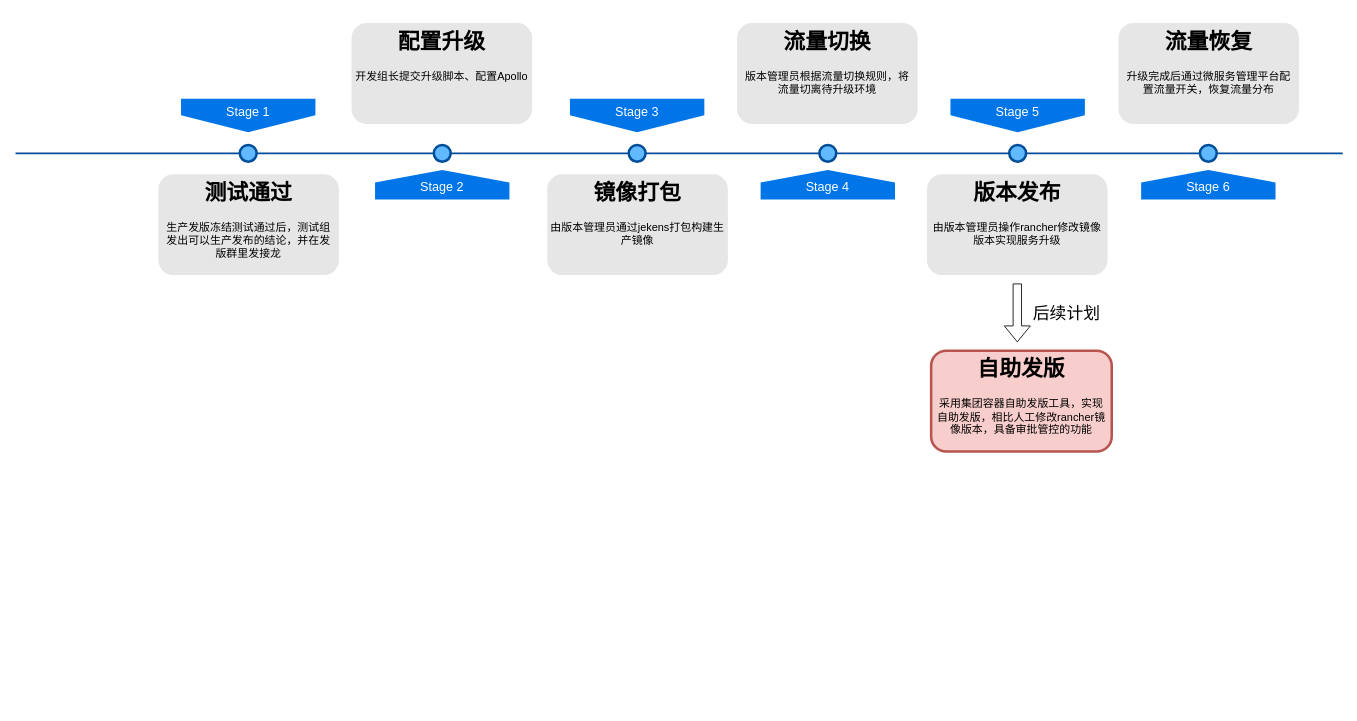
Earlier version of the draw.io diagram page "Page-1" (1 of 2) of 未命名绘图.drawio (java-zengguang/images). Source tidied: cells renumbered, new cells numbered last; positions are measured from the earlier drawing's top-left corner, leaving out a move shared by most shapes. Both pictures are drawn from the tidied source at 84%, with x=0, y=0 at pixel (15, 23).
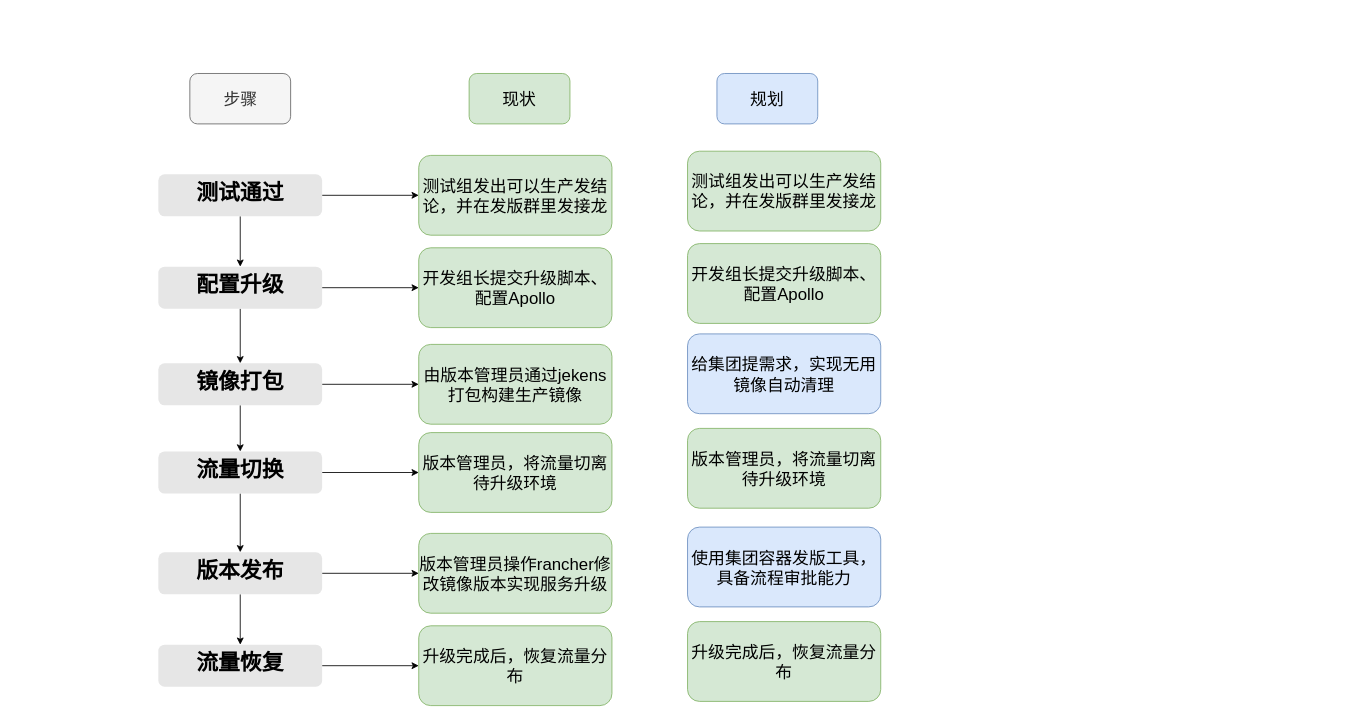
The same diagram, later.

Commit message (it also covers changes not shown here):
更新未命名绘图.drawio

The edit, as a diff of the source:
```diff
@@
-    <mxCell id="2" style="line;strokeWidth=2;html=1;fillColor=none;fontSize=28;fontColor=#004D99;strokeColor=#004D99;" parent="1" vertex="1">
-      <mxGeometry y="150" width="1580" height="10" as="geometry" />
-    </mxCell>
-    <mxCell id="3" value="Stage 3" style="shape=offPageConnector;whiteSpace=wrap;html=1;fillColor=#0075E8;fontSize=15;fontColor=#FFFFFF;size=0.5093750000000015;verticalAlign=top;strokeColor=none;" parent="1" vertex="1">
-      <mxGeometry x="660" y="90" width="160" height="40" as="geometry" />
-    </mxCell>
-    <mxCell id="4" value="&lt;span&gt;Stage 5&lt;/span&gt;" style="shape=offPageConnector;whiteSpace=wrap;html=1;fillColor=#0075E8;fontSize=15;fontColor=#FFFFFF;size=0.5093750000000015;verticalAlign=top;strokeColor=none;" parent="1" vertex="1">
-      <mxGeometry x="1113" y="90" width="160" height="40" as="geometry" />
-    </mxCell>
-    <mxCell id="5" value="&lt;span&gt;Stage 4&lt;/span&gt;" style="shape=offPageConnector;whiteSpace=wrap;html=1;fillColor=#0075E8;fontSize=15;fontColor=#FFFFFF;size=0.4178571428571445;flipV=1;verticalAlign=bottom;strokeColor=none;spacingBottom=4;" parent="1" vertex="1">
-      <mxGeometry x="887" y="175" width="160" height="35" as="geometry" />
-    </mxCell>
-    <mxCell id="6" value="&lt;span&gt;Stage 6&lt;/span&gt;" style="shape=offPageConnector;whiteSpace=wrap;html=1;fillColor=#0075E8;fontSize=15;fontColor=#FFFFFF;size=0.4178571428571445;flipV=1;verticalAlign=bottom;strokeColor=none;spacingBottom=4;" parent="1" vertex="1">
-      <mxGeometry x="1340" y="175" width="160" height="35" as="geometry" />
-    </mxCell>
-    <mxCell id="7" style="ellipse;whiteSpace=wrap;html=1;fillColor=#61BAFF;fontSize=28;fontColor=#004D99;strokeWidth=3;strokeColor=#004D99;" parent="1" vertex="1">
-      <mxGeometry x="730" y="145" width="20" height="20" as="geometry" />
-    </mxCell>
-    <mxCell id="8" style="ellipse;whiteSpace=wrap;html=1;fillColor=#61BAFF;fontSize=28;fontColor=#004D99;strokeWidth=3;strokeColor=#004D99;" parent="1" vertex="1">
-      <mxGeometry x="957" y="145" width="20" height="20" as="geometry" />
-    </mxCell>
-    <mxCell id="9" style="ellipse;whiteSpace=wrap;html=1;fillColor=#61BAFF;fontSize=28;fontColor=#004D99;strokeWidth=3;strokeColor=#004D99;" parent="1" vertex="1">
-      <mxGeometry x="1183" y="145" width="20" height="20" as="geometry" />
-    </mxCell>
-    <mxCell id="10" style="ellipse;whiteSpace=wrap;html=1;fillColor=#61BAFF;fontSize=28;fontColor=#004D99;strokeWidth=3;strokeColor=#004D99;" parent="1" vertex="1">
-      <mxGeometry x="1410" y="145" width="20" height="20" as="geometry" />
-    </mxCell>
-    <mxCell id="11" value="&lt;h1&gt;镜像打包&lt;/h1&gt;&lt;h1&gt;&lt;p style=&quot;font-size: 13px; font-weight: 400;&quot;&gt;由版本管理员通过jekens打包构建生产镜像&lt;/p&gt;&lt;/h1&gt;" style="text;html=1;spacing=5;spacingTop=-20;whiteSpace=wrap;overflow=hidden;strokeColor=none;strokeWidth=3;fillColor=#E6E6E6;fontSize=13;fontColor=#000000;align=center;rounded=1;" parent="1" vertex="1">
-      <mxGeometry x="633" y="180" width="215" height="120" as="geometry" />
-    </mxCell>
-    <mxCell id="12" value="&lt;h1&gt;流量切换&lt;/h1&gt;&lt;p&gt;版本管理员根据流量切换规则，将流量切离待升级环境&lt;/p&gt;" style="text;html=1;spacing=5;spacingTop=-20;whiteSpace=wrap;overflow=hidden;strokeColor=none;strokeWidth=3;fillColor=#E6E6E6;fontSize=13;fontColor=#000000;align=center;rounded=1;" parent="1" vertex="1">
-      <mxGeometry x="859" width="215" height="120" as="geometry" />
-    </mxCell>
-    <mxCell id="13" value="&lt;h1&gt;版本发布&lt;/h1&gt;&lt;p&gt;由版本管理员操作rancher修改镜像版本实现服务升级&lt;/p&gt;" style="text;html=1;spacing=5;spacingTop=-20;whiteSpace=wrap;overflow=hidden;strokeColor=none;strokeWidth=3;fillColor=#E6E6E6;fontSize=13;fontColor=#000000;align=center;rounded=1;" parent="1" vertex="1">
-      <mxGeometry x="1085" y="180" width="215" height="120" as="geometry" />
-    </mxCell>
-    <mxCell id="14" value="&lt;h1&gt;流量恢复&lt;/h1&gt;&lt;p&gt;升级完成后通过微服务管理平台配置流量开关，恢复流量分布&lt;/p&gt;" style="text;html=1;spacing=5;spacingTop=-20;whiteSpace=wrap;overflow=hidden;strokeColor=none;strokeWidth=3;fillColor=#E6E6E6;fontSize=13;fontColor=#000000;align=center;rounded=1;" parent="1" vertex="1">
-      <mxGeometry x="1313" width="215" height="120" as="geometry" />
-    </mxCell>
-    <mxCell id="15" value="Stage 1" style="shape=offPageConnector;whiteSpace=wrap;html=1;fillColor=#0075E8;fontSize=15;fontColor=#FFFFFF;size=0.5093750000000015;verticalAlign=top;strokeColor=none;" parent="1" vertex="1">
-      <mxGeometry x="197" y="90" width="160" height="40" as="geometry" />
-    </mxCell>
-    <mxCell id="16" style="ellipse;whiteSpace=wrap;html=1;fillColor=#61BAFF;fontSize=28;fontColor=#004D99;strokeWidth=3;strokeColor=#004D99;" parent="1" vertex="1">
-      <mxGeometry x="267" y="145" width="20" height="20" as="geometry" />
-    </mxCell>
+    <mxCell id="24" style="edgeStyle=orthogonalEdgeStyle;rounded=0;jettySize=auto;html=1;" parent="1" edge="1" source="17" target="28">
+      <mxGeometry relative="1" as="geometry" />
+    </mxCell>
+    <mxCell id="25" style="edgeStyle=orthogonalEdgeStyle;rounded=0;jettySize=auto;html=1;" parent="1" edge="1" source="17" target="40">
+      <mxGeometry relative="1" as="geometry" />
+    </mxCell>
-    <mxCell id="17" value="&lt;h1&gt;测试通过&lt;/h1&gt;&lt;h1&gt;&lt;p style=&quot;font-size: 13px; font-weight: 400;&quot;&gt;生产发版冻结测试通过后，测试组发出可以生产发布的结论，并在发版群里发接龙&lt;/p&gt;&lt;/h1&gt;" style="text;html=1;spacing=5;spacingTop=-20;whiteSpace=wrap;overflow=hidden;strokeColor=none;strokeWidth=3;fillColor=#E6E6E6;fontSize=13;fontColor=#000000;align=center;rounded=1;" parent="1" vertex="1">
-      <mxGeometry x="170" y="180" width="215" height="120" as="geometry" />
+    <mxCell id="17" value="&lt;h1&gt;测试通过&lt;/h1&gt;&lt;h1&gt;&lt;p style=&quot;font-size: 13px; font-weight: 400;&quot;&gt;&lt;br&gt;&lt;/p&gt;&lt;/h1&gt;" style="text;html=1;spacing=5;spacingTop=-20;whiteSpace=wrap;overflow=hidden;strokeColor=none;strokeWidth=3;fillColor=#E6E6E6;fontSize=13;fontColor=#000000;align=center;rounded=1;" parent="1" vertex="1">
+      <mxGeometry x="170" y="180" width="195" height="50" as="geometry" />
     </mxCell>
-    <mxCell id="18" value="&lt;span&gt;Stage 2&lt;/span&gt;" style="shape=offPageConnector;whiteSpace=wrap;html=1;fillColor=#0075E8;fontSize=15;fontColor=#FFFFFF;size=0.4178571428571445;flipV=1;verticalAlign=bottom;strokeColor=none;spacingBottom=4;" parent="1" vertex="1">
-      <mxGeometry x="428" y="175" width="160" height="35" as="geometry" />
-    </mxCell>
-    <mxCell id="19" style="ellipse;whiteSpace=wrap;html=1;fillColor=#61BAFF;fontSize=28;fontColor=#004D99;strokeWidth=3;strokeColor=#004D99;" parent="1" vertex="1">
-      <mxGeometry x="498" y="145" width="20" height="20" as="geometry" />
-    </mxCell>
-    <mxCell id="20" value="&lt;h1&gt;配置升级&lt;/h1&gt;&lt;h1&gt;&lt;p style=&quot;font-size: 13px; font-weight: 400;&quot;&gt;开发组长提交升级脚本、配置Apollo&lt;/p&gt;&lt;/h1&gt;" style="text;html=1;spacing=5;spacingTop=-20;whiteSpace=wrap;overflow=hidden;strokeColor=none;strokeWidth=3;fillColor=#E6E6E6;fontSize=13;fontColor=#000000;align=center;rounded=1;" parent="1" vertex="1">
-      <mxGeometry x="400" width="215" height="120" as="geometry" />
-    </mxCell>
-    <mxCell id="21" style="shape=flexArrow;endArrow=classic;html=1;rounded=0;" parent="1" edge="1">
-      <mxGeometry relative="1" as="geometry">
-        <mxPoint x="1192.6" y="310" as="sourcePoint" />
-        <mxPoint x="1192.6" y="380" as="targetPoint" />
-      </mxGeometry>
-    </mxCell>
-    <mxCell id="22" value="&lt;h1&gt;自助发版&lt;/h1&gt;&lt;p&gt;采用集团容器自助发版工具，实现自助发版，相比人工修改rancher镜像版本，具备审批管控的功能&lt;/p&gt;" style="text;html=1;spacing=5;spacingTop=-20;whiteSpace=wrap;overflow=hidden;strokeColor=#b85450;strokeWidth=3;fillColor=#f8cecc;fontSize=13;align=center;rounded=1;" parent="1" vertex="1">
-      <mxGeometry x="1090" y="390" width="215" height="120" as="geometry" />
-    </mxCell>
-    <mxCell id="23" value="&lt;font style=&quot;font-size: 20px;&quot;&gt;后续计划&lt;/font&gt;" style="text;html=1;align=center;verticalAlign=middle;whiteSpace=wrap;rounded=0;" parent="1" vertex="1">
-      <mxGeometry x="1198" y="330" width="107" height="30" as="geometry" />
-    </mxCell>
+    <mxCell id="26" style="edgeStyle=orthogonalEdgeStyle;rounded=0;jettySize=auto;html=1;" parent="1" edge="1" source="28" target="31">
+      <mxGeometry relative="1" as="geometry" />
+    </mxCell>
+    <mxCell id="27" style="edgeStyle=orthogonalEdgeStyle;rounded=0;jettySize=auto;html=1;" parent="1" edge="1" source="28" target="41">
+      <mxGeometry relative="1" as="geometry" />
+    </mxCell>
+    <mxCell id="28" value="&lt;h1&gt;配置升级&lt;/h1&gt;&lt;h1&gt;&lt;p style=&quot;font-size: 13px; font-weight: 400;&quot;&gt;&lt;br&gt;&lt;/p&gt;&lt;/h1&gt;" style="text;html=1;spacing=5;spacingTop=-20;whiteSpace=wrap;overflow=hidden;strokeColor=none;strokeWidth=3;fillColor=#E6E6E6;fontSize=13;fontColor=#000000;align=center;rounded=1;" parent="1" vertex="1">
+      <mxGeometry x="170" y="290" width="195" height="50" as="geometry" />
+    </mxCell>
+    <mxCell id="29" style="edgeStyle=orthogonalEdgeStyle;rounded=0;jettySize=auto;html=1;" parent="1" edge="1" source="31" target="34">
+      <mxGeometry relative="1" as="geometry" />
+    </mxCell>
+    <mxCell id="30" style="edgeStyle=orthogonalEdgeStyle;rounded=0;jettySize=auto;html=1;" parent="1" edge="1" source="31" target="42">
+      <mxGeometry relative="1" as="geometry" />
+    </mxCell>
+    <mxCell id="31" value="&lt;h1&gt;镜像打包&lt;/h1&gt;&lt;h1&gt;&lt;p style=&quot;font-size: 13px; font-weight: 400;&quot;&gt;&lt;br&gt;&lt;/p&gt;&lt;/h1&gt;" style="text;html=1;spacing=5;spacingTop=-20;whiteSpace=wrap;overflow=hidden;strokeColor=none;strokeWidth=3;fillColor=#E6E6E6;fontSize=13;fontColor=#000000;align=center;rounded=1;" parent="1" vertex="1">
+      <mxGeometry x="170" y="405" width="195" height="50" as="geometry" />
+    </mxCell>
+    <mxCell id="32" style="edgeStyle=orthogonalEdgeStyle;rounded=0;jettySize=auto;html=1;" parent="1" edge="1" source="34" target="37">
+      <mxGeometry relative="1" as="geometry" />
+    </mxCell>
+    <mxCell id="33" style="edgeStyle=orthogonalEdgeStyle;rounded=0;jettySize=auto;html=1;" parent="1" edge="1" source="34" target="43">
+      <mxGeometry relative="1" as="geometry" />
+    </mxCell>
+    <mxCell id="34" value="&lt;h1&gt;流量切换&lt;/h1&gt;&lt;h1&gt;&lt;p&gt;&lt;br style=&quot;font-size: 13px; font-weight: 400;&quot;&gt;&lt;/p&gt;&lt;/h1&gt;" style="text;html=1;spacing=5;spacingTop=-20;whiteSpace=wrap;overflow=hidden;strokeColor=none;strokeWidth=3;fillColor=#E6E6E6;fontSize=13;fontColor=#000000;align=center;rounded=1;" parent="1" vertex="1">
+      <mxGeometry x="170" y="510" width="195" height="50" as="geometry" />
+    </mxCell>
+    <mxCell id="35" style="edgeStyle=orthogonalEdgeStyle;rounded=0;jettySize=auto;html=1;" parent="1" edge="1" source="37" target="39">
+      <mxGeometry relative="1" as="geometry" />
+    </mxCell>
+    <mxCell id="36" style="edgeStyle=orthogonalEdgeStyle;rounded=0;jettySize=auto;html=1;" parent="1" edge="1" source="37" target="44">
+      <mxGeometry relative="1" as="geometry" />
+    </mxCell>
+    <mxCell id="37" value="&lt;h1&gt;版本发布&lt;/h1&gt;&lt;h1&gt;&lt;p&gt;&lt;br style=&quot;font-size: 13px; font-weight: 400;&quot;&gt;&lt;/p&gt;&lt;/h1&gt;" style="text;html=1;spacing=5;spacingTop=-20;whiteSpace=wrap;overflow=hidden;strokeColor=none;strokeWidth=3;fillColor=#E6E6E6;fontSize=13;fontColor=#000000;align=center;rounded=1;" parent="1" vertex="1">
+      <mxGeometry x="170" y="630" width="195" height="50" as="geometry" />
+    </mxCell>
+    <mxCell id="38" style="edgeStyle=orthogonalEdgeStyle;rounded=0;jettySize=auto;html=1;" parent="1" edge="1" source="39" target="45">
+      <mxGeometry relative="1" as="geometry" />
+    </mxCell>
+    <mxCell id="39" value="&lt;h1&gt;流量恢复&lt;/h1&gt;&lt;h1&gt;&lt;p&gt;&lt;br style=&quot;font-size: 13px; font-weight: 400;&quot;&gt;&lt;/p&gt;&lt;/h1&gt;" style="text;html=1;spacing=5;spacingTop=-20;whiteSpace=wrap;overflow=hidden;strokeColor=none;strokeWidth=3;fillColor=#E6E6E6;fontSize=13;fontColor=#000000;align=center;rounded=1;" parent="1" vertex="1">
+      <mxGeometry x="170" y="740" width="195" height="50" as="geometry" />
+    </mxCell>
+    <mxCell id="40" value="&lt;font style=&quot;font-size: 20px;&quot;&gt;测试组发出可以生产发结论，并在发版群里发接龙&lt;/font&gt;" style="rounded=1;whiteSpace=wrap;html=1;fillColor=#d5e8d4;strokeColor=#82b366;" parent="1" vertex="1">
+      <mxGeometry x="480" y="157.5" width="230" height="95" as="geometry" />
+    </mxCell>
+    <mxCell id="41" value="&lt;font style=&quot;font-size: 20px;&quot;&gt;开发组长提交升级脚本、配置Apollo&lt;/font&gt;" style="rounded=1;whiteSpace=wrap;html=1;fillColor=#d5e8d4;strokeColor=#82b366;" parent="1" vertex="1">
+      <mxGeometry x="480" y="267.5" width="230" height="95" as="geometry" />
+    </mxCell>
+    <mxCell id="42" value="&lt;font style=&quot;font-size: 20px;&quot;&gt;由版本管理员通过jekens打包构建生产镜像&lt;/font&gt;" style="rounded=1;whiteSpace=wrap;html=1;fillColor=#d5e8d4;strokeColor=#82b366;" parent="1" vertex="1">
+      <mxGeometry x="480" y="382.5" width="230" height="95" as="geometry" />
+    </mxCell>
+    <mxCell id="43" value="&lt;font style=&quot;font-size: 20px;&quot;&gt;版本管理员，将流量切离待升级环境&lt;/font&gt;" style="rounded=1;whiteSpace=wrap;html=1;fillColor=#d5e8d4;strokeColor=#82b366;" parent="1" vertex="1">
+      <mxGeometry x="480" y="487.5" width="230" height="95" as="geometry" />
+    </mxCell>
+    <mxCell id="44" value="&lt;font style=&quot;font-size: 20px;&quot;&gt;版本管理员操作rancher修改镜像版本实现服务升级&lt;/font&gt;" style="rounded=1;whiteSpace=wrap;html=1;fillColor=#d5e8d4;strokeColor=#82b366;" parent="1" vertex="1">
+      <mxGeometry x="480" y="607.5" width="230" height="95" as="geometry" />
+    </mxCell>
+    <mxCell id="45" value="&lt;font style=&quot;font-size: 20px;&quot;&gt;升级完成后，恢复流量分布&lt;/font&gt;" style="rounded=1;whiteSpace=wrap;html=1;fillColor=#d5e8d4;strokeColor=#82b366;" parent="1" vertex="1">
+      <mxGeometry x="480" y="717.5" width="230" height="95" as="geometry" />
+    </mxCell>
+    <mxCell id="46" value="&lt;font style=&quot;font-size: 20px;&quot;&gt;使用集团容器发版工具，具备流程审批能力&lt;/font&gt;" style="rounded=1;whiteSpace=wrap;html=1;fillColor=#dae8fc;strokeColor=#6c8ebf;" parent="1" vertex="1">
+      <mxGeometry x="800" y="600" width="230" height="95" as="geometry" />
+    </mxCell>
+    <mxCell id="47" value="&lt;font style=&quot;font-size: 20px;&quot;&gt;步骤&lt;/font&gt;" style="rounded=1;whiteSpace=wrap;html=1;fillColor=#f5f5f5;strokeColor=#666666;fontColor=#333333;" parent="1" vertex="1">
+      <mxGeometry x="207.5" y="60" width="120" height="60" as="geometry" />
+    </mxCell>
+    <mxCell id="48" value="&lt;font style=&quot;font-size: 20px;&quot;&gt;现状&lt;/font&gt;" style="rounded=1;whiteSpace=wrap;html=1;fillColor=#d5e8d4;strokeColor=#82b366;" parent="1" vertex="1">
+      <mxGeometry x="540" y="60" width="120" height="60" as="geometry" />
+    </mxCell>
+    <mxCell id="49" value="&lt;font style=&quot;font-size: 20px;&quot;&gt;规划&lt;/font&gt;" style="rounded=1;whiteSpace=wrap;html=1;fillColor=#dae8fc;strokeColor=#6c8ebf;" parent="1" vertex="1">
+      <mxGeometry x="835" y="60" width="120" height="60" as="geometry" />
+    </mxCell>
+    <mxCell id="50" value="&lt;span style=&quot;font-size: 20px;&quot;&gt;给集团提需求，实现无用镜像自动清理&lt;/span&gt;" style="rounded=1;whiteSpace=wrap;html=1;fillColor=#dae8fc;strokeColor=#6c8ebf;" parent="1" vertex="1">
+      <mxGeometry x="800" y="370" width="230" height="95" as="geometry" />
+    </mxCell>
+    <mxCell id="51" value="&lt;font style=&quot;font-size: 20px;&quot;&gt;测试组发出可以生产发结论，并在发版群里发接龙&lt;/font&gt;" style="rounded=1;whiteSpace=wrap;html=1;fillColor=#d5e8d4;strokeColor=#82b366;" parent="1" vertex="1">
+      <mxGeometry x="800" y="152.5" width="230" height="95" as="geometry" />
+    </mxCell>
+    <mxCell id="52" value="&lt;font style=&quot;font-size: 20px;&quot;&gt;开发组长提交升级脚本、配置Apollo&lt;/font&gt;" style="rounded=1;whiteSpace=wrap;html=1;fillColor=#d5e8d4;strokeColor=#82b366;" parent="1" vertex="1">
+      <mxGeometry x="800" y="262.5" width="230" height="95" as="geometry" />
+    </mxCell>
+    <mxCell id="53" value="&lt;font style=&quot;font-size: 20px;&quot;&gt;版本管理员，将流量切离待升级环境&lt;/font&gt;" style="rounded=1;whiteSpace=wrap;html=1;fillColor=#d5e8d4;strokeColor=#82b366;" parent="1" vertex="1">
+      <mxGeometry x="800" y="482.5" width="230" height="95" as="geometry" />
+    </mxCell>
+    <mxCell id="54" value="&lt;font style=&quot;font-size: 20px;&quot;&gt;升级完成后，恢复流量分布&lt;/font&gt;" style="rounded=1;whiteSpace=wrap;html=1;fillColor=#d5e8d4;strokeColor=#82b366;" parent="1" vertex="1">
+      <mxGeometry x="800" y="712.5" width="230" height="95" as="geometry" />
+    </mxCell>
```
